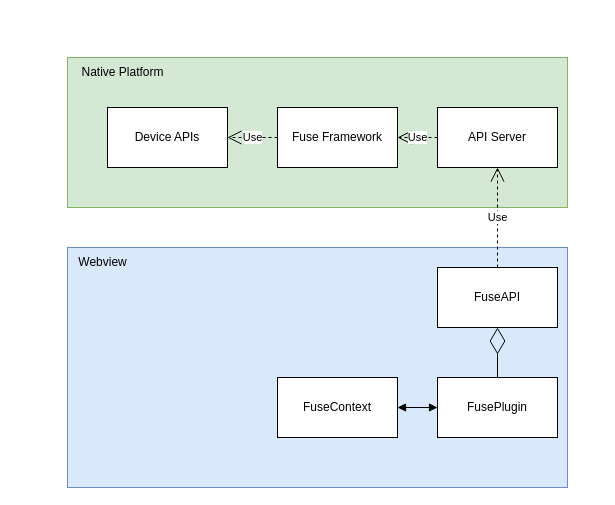
btfuse/fuse-docs keeps this draw.io diagram as src/JSModuleArchitecture.drawio. Above is the earlier version. Source tidied: cells renumbered, new cells numbered last; positions are measured from the earlier drawing's top-left corner, leaving out a move shared by most shapes. Both pictures are drawn from the tidied source at 100%, with x=0, y=0 at pixel (17, 57).
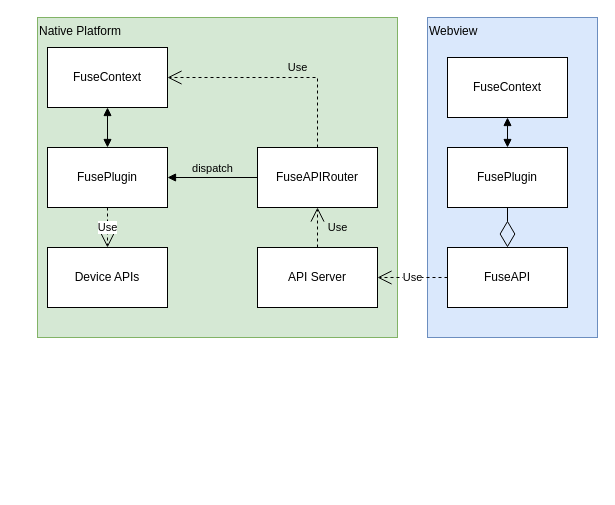
Above is the later version.

Change to the diagram source:
```diff
@@
 <mxGraphModel>
   <root>
     <mxCell id="0" />
     <mxCell id="1" parent="0" />
-    <mxCell id="2" style="group;" parent="1" vertex="1">
-      <mxGeometry y="40" width="580" height="390" as="geometry" />
-    </mxCell>
-    <mxCell id="3" style="group;" parent="2" vertex="1">
-      <mxGeometry x="80" y="-40" width="500" height="150" as="geometry" />
-    </mxCell>
-    <mxCell id="4" style="rounded=0;whiteSpace=wrap;html=1;fillColor=#d5e8d4;strokeColor=#82b366;" parent="3" vertex="1">
-      <mxGeometry x="-30" width="500" height="150" as="geometry" />
-    </mxCell>
-    <mxCell id="5" value="Native Platform" style="text;html=1;align=center;verticalAlign=middle;strokeColor=none;fillColor=none;fontColor=#000000;" parent="3" vertex="1">
-      <mxGeometry x="-30" width="110" height="30" as="geometry" />
+    <mxCell id="5" value="Native Platform" style="rounded=0;whiteSpace=wrap;html=1;fillColor=#d5e8d4;strokeColor=#82b366;align=left;verticalAlign=top;" parent="1" vertex="1">
+      <mxGeometry x="20" y="-40" width="360" height="320" as="geometry" />
     </mxCell>
+    <mxCell id="8" value="Device APIs" style="rounded=0;whiteSpace=wrap;html=1;" parent="1" vertex="1">
+      <mxGeometry x="30" y="190" width="120" height="60" as="geometry" />
+    </mxCell>
-    <mxCell id="6" value="API Server" style="rounded=0;whiteSpace=wrap;html=1;" parent="3" vertex="1">
-      <mxGeometry x="340" y="50" width="120" height="60" as="geometry" />
+    <mxCell id="6" value="API Server" style="rounded=0;whiteSpace=wrap;html=1;" parent="1" vertex="1">
+      <mxGeometry x="240" y="190" width="120" height="60" as="geometry" />
     </mxCell>
-    <mxCell id="7" value="Fuse Framework" style="rounded=0;whiteSpace=wrap;html=1;" parent="3" vertex="1">
-      <mxGeometry x="180" y="50" width="120" height="60" as="geometry" />
-    </mxCell>
-    <mxCell id="8" value="Device APIs" style="rounded=0;whiteSpace=wrap;html=1;" parent="3" vertex="1">
-      <mxGeometry x="10" y="50" width="120" height="60" as="geometry" />
-    </mxCell>
-    <mxCell id="9" value="Use" style="endArrow=open;endSize=12;dashed=1;html=1;rounded=0;exitX=0;exitY=0.5;exitDx=0;exitDy=0;entryX=1;entryY=0.5;entryDx=0;entryDy=0;" parent="3" edge="1" source="6" target="7">
-      <mxGeometry relative="1" as="geometry" />
-    </mxCell>
-    <mxCell id="10" value="Use" style="endArrow=open;endSize=12;dashed=1;html=1;rounded=0;exitX=0;exitY=0.5;exitDx=0;exitDy=0;entryX=1;entryY=0.5;entryDx=0;entryDy=0;" parent="3" edge="1" source="7" target="8">
-      <mxGeometry relative="1" as="geometry" />
-    </mxCell>
-    <mxCell id="11" style="rounded=0;whiteSpace=wrap;html=1;fillColor=#dae8fc;strokeColor=#6c8ebf;" parent="2" vertex="1">
-      <mxGeometry x="50" y="150" width="500" height="240" as="geometry" />
-    </mxCell>
+    <mxCell id="19" value="FuseAPIRouter" style="rounded=0;whiteSpace=wrap;html=1;" parent="1" vertex="1">
+      <mxGeometry x="240" y="90" width="120" height="60" as="geometry" />
+    </mxCell>
+    <mxCell id="20" value="FuseContext" style="rounded=0;whiteSpace=wrap;html=1;" parent="1" vertex="1">
+      <mxGeometry x="30" y="-10" width="120" height="60" as="geometry" />
+    </mxCell>
+    <mxCell id="21" value="FusePlugin" style="rounded=0;whiteSpace=wrap;html=1;" parent="1" vertex="1">
+      <mxGeometry x="30" y="90" width="120" height="60" as="geometry" />
+    </mxCell>
+    <mxCell id="22" style="endArrow=block;startArrow=block;endFill=1;startFill=1;html=1;rounded=0;exitX=0.5;exitY=1;exitDx=0;exitDy=0;entryX=0.5;entryY=0;entryDx=0;entryDy=0;" parent="1" edge="1" source="20" target="21">
+      <mxGeometry relative="1" as="geometry" />
+    </mxCell>
+    <mxCell id="23" value="Use" style="endArrow=open;endSize=12;dashed=1;html=1;rounded=0;exitX=0.5;exitY=1;exitDx=0;exitDy=0;entryX=0.5;entryY=0;entryDx=0;entryDy=0;" parent="1" edge="1" source="21" target="8">
+      <mxGeometry relative="1" as="geometry" />
+    </mxCell>
+    <mxCell id="24" value="Use" style="endArrow=open;endSize=12;dashed=1;html=1;rounded=0;exitX=0.5;exitY=0;exitDx=0;exitDy=0;entryX=1;entryY=0.5;entryDx=0;entryDy=0;edgeStyle=orthogonalEdgeStyle;labelBackgroundColor=none;" parent="1" edge="1" source="19" target="20">
+      <mxGeometry x="-0.18" y="-10" relative="1" as="geometry" />
+    </mxCell>
+    <mxCell id="25" value="dispatch" style="html=1;verticalAlign=bottom;endArrow=block;curved=0;rounded=0;exitX=0;exitY=0.5;exitDx=0;exitDy=0;entryX=1;entryY=0.5;entryDx=0;entryDy=0;labelBackgroundColor=none;" parent="1" edge="1" source="19" target="21">
+      <mxGeometry relative="1" as="geometry" />
+    </mxCell>
+    <mxCell id="26" value="Use" style="endArrow=open;endSize=12;dashed=1;html=1;rounded=0;entryX=0.5;entryY=1;entryDx=0;entryDy=0;exitX=0.5;exitY=0;exitDx=0;exitDy=0;labelBackgroundColor=none;" parent="1" edge="1" source="6" target="19">
+      <mxGeometry y="-20" relative="1" as="geometry" />
+    </mxCell>
-    <mxCell id="12" value="Webview" style="text;html=1;align=center;verticalAlign=middle;strokeColor=none;fillColor=none;fontColor=#000000;" parent="2" vertex="1">
-      <mxGeometry x="50" y="150" width="70" height="30" as="geometry" />
+    <mxCell id="12" value="Webview" style="rounded=0;whiteSpace=wrap;html=1;fillColor=#dae8fc;strokeColor=#6c8ebf;align=left;verticalAlign=top;" parent="1" vertex="1">
+      <mxGeometry x="410" y="-40" width="170" height="320" as="geometry" />
     </mxCell>
-    <mxCell id="13" value="FusePlugin" style="rounded=0;whiteSpace=wrap;html=1;" parent="2" vertex="1">
-      <mxGeometry x="420" y="280" width="120" height="60" as="geometry" />
-    </mxCell>
-    <mxCell id="14" value="FuseContext" style="rounded=0;whiteSpace=wrap;html=1;" parent="2" vertex="1">
-      <mxGeometry x="260" y="280" width="120" height="60" as="geometry" />
-    </mxCell>
-    <mxCell id="15" style="endArrow=block;startArrow=block;endFill=1;startFill=1;html=1;rounded=0;exitX=1;exitY=0.5;exitDx=0;exitDy=0;entryX=0;entryY=0.5;entryDx=0;entryDy=0;" parent="2" edge="1" source="14" target="13">
+    <mxCell id="15" style="endArrow=block;startArrow=block;endFill=1;startFill=1;html=1;rounded=0;exitX=0.5;exitY=1;exitDx=0;exitDy=0;entryX=0.5;entryY=0;entryDx=0;entryDy=0;" parent="1" edge="1" source="27" target="28">
       <mxGeometry relative="1" as="geometry" />
     </mxCell>
-    <mxCell id="16" value="FuseAPI" style="rounded=0;whiteSpace=wrap;html=1;" parent="2" vertex="1">
-      <mxGeometry x="420" y="170" width="120" height="60" as="geometry" />
-    </mxCell>
-    <mxCell id="17" style="endArrow=diamondThin;endFill=0;endSize=24;html=1;rounded=0;exitX=0.5;exitY=0;exitDx=0;exitDy=0;entryX=0.5;entryY=1;entryDx=0;entryDy=0;" parent="2" edge="1" source="13" target="16">
+    <mxCell id="17" style="endArrow=diamondThin;endFill=0;endSize=24;html=1;rounded=0;exitX=0.5;exitY=1;exitDx=0;exitDy=0;entryX=0.5;entryY=0;entryDx=0;entryDy=0;" parent="1" edge="1" source="28" target="16">
       <mxGeometry relative="1" as="geometry" />
     </mxCell>
-    <mxCell id="18" value="Use" style="endArrow=open;endSize=12;dashed=1;html=1;rounded=0;exitX=0.5;exitY=0;exitDx=0;exitDy=0;entryX=0.5;entryY=1;entryDx=0;entryDy=0;" parent="2" edge="1" source="16" target="6">
+    <mxCell id="18" value="Use" style="endArrow=open;endSize=12;dashed=1;html=1;rounded=0;exitX=0;exitY=0.5;exitDx=0;exitDy=0;entryX=1;entryY=0.5;entryDx=0;entryDy=0;" parent="1" edge="1" source="16" target="6">
       <mxGeometry relative="1" as="geometry" />
     </mxCell>
+    <mxCell id="27" value="FuseContext" style="rounded=0;whiteSpace=wrap;html=1;" parent="1" vertex="1">
+      <mxGeometry x="430" width="120" height="60" as="geometry" />
+    </mxCell>
+    <mxCell id="28" value="FusePlugin" style="rounded=0;whiteSpace=wrap;html=1;" parent="1" vertex="1">
+      <mxGeometry x="430" y="90" width="120" height="60" as="geometry" />
+    </mxCell>
+    <mxCell id="16" value="FuseAPI" style="rounded=0;whiteSpace=wrap;html=1;" parent="1" vertex="1">
+      <mxGeometry x="430" y="190" width="120" height="60" as="geometry" />
+    </mxCell>
   </root>
 </mxGraphModel>
```
